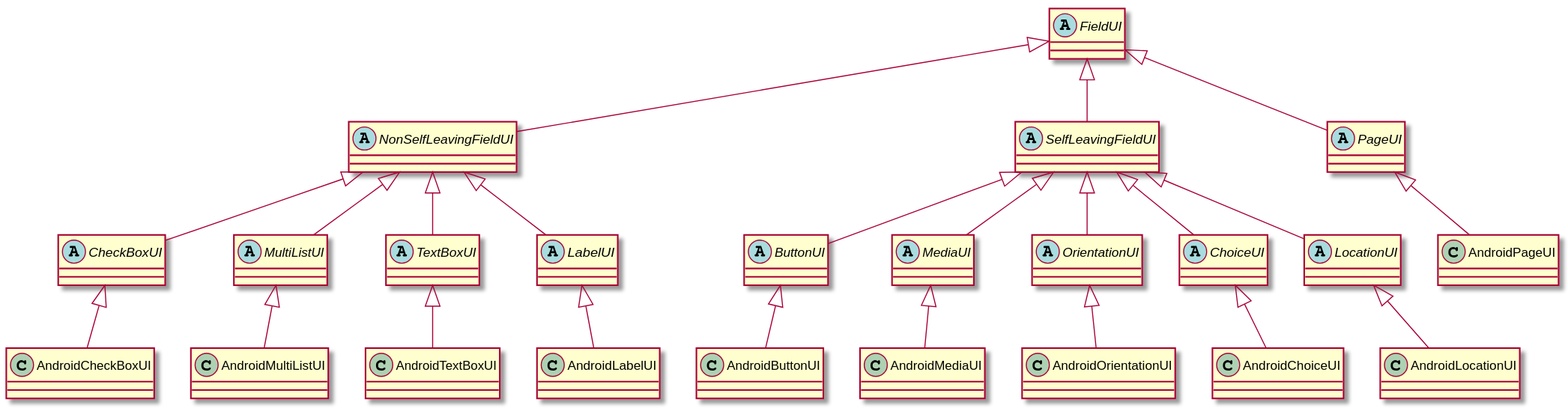
The PlantUML diagram Documentation/UML Diagrams/FieldUI.svg in ExCiteS/Sapelli, before a commit. Its source is kept beside it as Documentation/UML Diagrams/FieldUI.puml. The source it was exported from:
```plantuml
@startuml

abstract class FieldUI
abstract class NonSelfLeavingFieldUI
abstract class SelfLeavingFieldUI
abstract class PageUI

FieldUI <|-- NonSelfLeavingFieldUI
FieldUI <|-- SelfLeavingFieldUI
FieldUI <|-- PageUI

abstract class CheckBoxUI
abstract class MultiListUI
abstract class TextBoxUI
abstract class LabelUI

NonSelfLeavingFieldUI <|-- CheckBoxUI
CheckBoxUI <|-- AndroidCheckBoxUI
NonSelfLeavingFieldUI <|-- MultiListUI
MultiListUI <|-- AndroidMultiListUI
NonSelfLeavingFieldUI <|-- TextBoxUI
TextBoxUI <|-- AndroidTextBoxUI
NonSelfLeavingFieldUI <|-- LabelUI
LabelUI <|-- AndroidLabelUI

abstract class ButtonUI
abstract class MediaUI
abstract class OrientationUI
abstract class ChoiceUI
abstract class LocationUI

SelfLeavingFieldUI <|-- ButtonUI
ButtonUI <|-- AndroidButtonUI
SelfLeavingFieldUI <|-- MediaUI
MediaUI <|-- AndroidMediaUI
SelfLeavingFieldUI <|-- OrientationUI
OrientationUI <|-- AndroidOrientationUI
SelfLeavingFieldUI <|-- ChoiceUI
ChoiceUI <|-- AndroidChoiceUI
SelfLeavingFieldUI <|-- LocationUI
LocationUI <|-- AndroidLocationUI

PageUI <|-- AndroidPageUI

@enduml
```
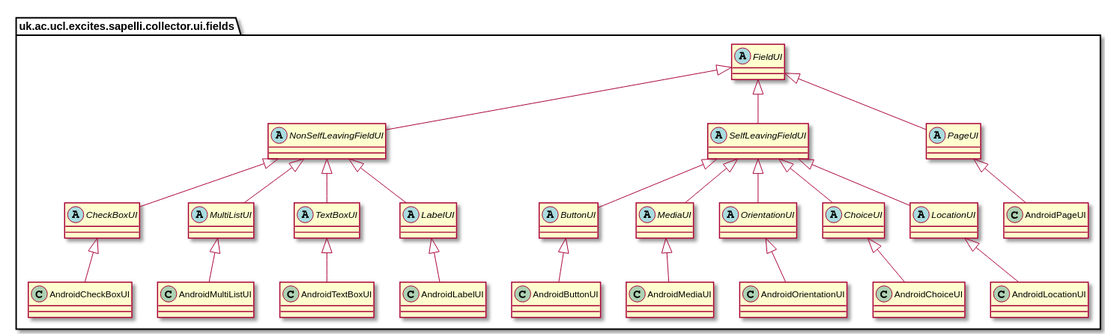
After the change.

Commit message:
Add Field UML documentation and improve FieldUI

Change to the diagram source:
```diff
@@ -1,45 +1,47 @@
 @startuml
 
-abstract class FieldUI
-abstract class NonSelfLeavingFieldUI
-abstract class SelfLeavingFieldUI
-abstract class PageUI
+package "uk.ac.ucl.excites.sapelli.collector.ui.fields" {
+    abstract class FieldUI
+    abstract class NonSelfLeavingFieldUI
+    abstract class SelfLeavingFieldUI
+    abstract class PageUI
 
-FieldUI <|-- NonSelfLeavingFieldUI
-FieldUI <|-- SelfLeavingFieldUI
-FieldUI <|-- PageUI
+    FieldUI <|-- NonSelfLeavingFieldUI
+    FieldUI <|-- SelfLeavingFieldUI
+    FieldUI <|-- PageUI
 
-abstract class CheckBoxUI
-abstract class MultiListUI
-abstract class TextBoxUI
-abstract class LabelUI
+    abstract class CheckBoxUI
+    abstract class MultiListUI
+    abstract class TextBoxUI
+    abstract class LabelUI
 
-NonSelfLeavingFieldUI <|-- CheckBoxUI
-CheckBoxUI <|-- AndroidCheckBoxUI
-NonSelfLeavingFieldUI <|-- MultiListUI
-MultiListUI <|-- AndroidMultiListUI
-NonSelfLeavingFieldUI <|-- TextBoxUI
-TextBoxUI <|-- AndroidTextBoxUI
-NonSelfLeavingFieldUI <|-- LabelUI
-LabelUI <|-- AndroidLabelUI
+    NonSelfLeavingFieldUI <|-- CheckBoxUI
+    CheckBoxUI <|-- AndroidCheckBoxUI
+    NonSelfLeavingFieldUI <|-- MultiListUI
+    MultiListUI <|-- AndroidMultiListUI
+    NonSelfLeavingFieldUI <|-- TextBoxUI
+    TextBoxUI <|-- AndroidTextBoxUI
+    NonSelfLeavingFieldUI <|-- LabelUI
+    LabelUI <|-- AndroidLabelUI
 
-abstract class ButtonUI
-abstract class MediaUI
-abstract class OrientationUI
-abstract class ChoiceUI
-abstract class LocationUI
+    abstract class ButtonUI
+    abstract class MediaUI
+    abstract class OrientationUI
+    abstract class ChoiceUI
+    abstract class LocationUI
 
-SelfLeavingFieldUI <|-- ButtonUI
-ButtonUI <|-- AndroidButtonUI
-SelfLeavingFieldUI <|-- MediaUI
-MediaUI <|-- AndroidMediaUI
-SelfLeavingFieldUI <|-- OrientationUI
-OrientationUI <|-- AndroidOrientationUI
-SelfLeavingFieldUI <|-- ChoiceUI
-ChoiceUI <|-- AndroidChoiceUI
-SelfLeavingFieldUI <|-- LocationUI
-LocationUI <|-- AndroidLocationUI
+    SelfLeavingFieldUI <|-- ButtonUI
+    ButtonUI <|-- AndroidButtonUI
+    SelfLeavingFieldUI <|-- MediaUI
+    MediaUI <|-- AndroidMediaUI
+    SelfLeavingFieldUI <|-- OrientationUI
+    OrientationUI <|-- AndroidOrientationUI
+    SelfLeavingFieldUI <|-- ChoiceUI
+    ChoiceUI <|-- AndroidChoiceUI
+    SelfLeavingFieldUI <|-- LocationUI
+    LocationUI <|-- AndroidLocationUI
 
-PageUI <|-- AndroidPageUI
+    PageUI <|-- AndroidPageUI
+}
 
 @enduml
```
